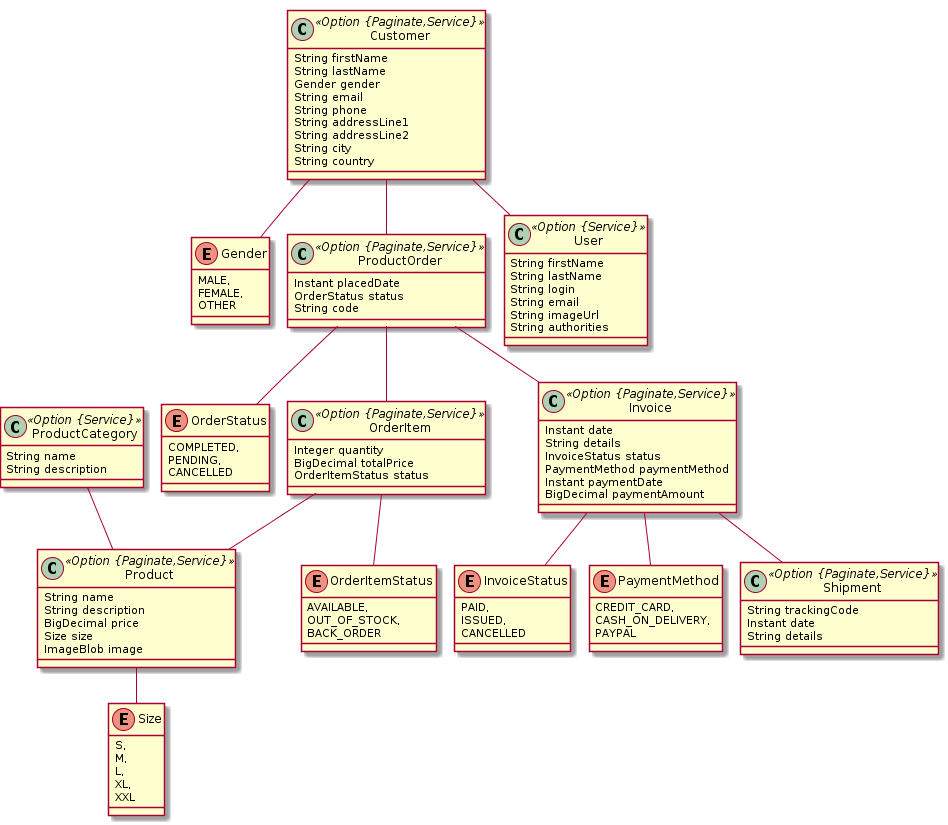
Above: online-store.png in ramAdam/online-store (PlantUML), before the change.
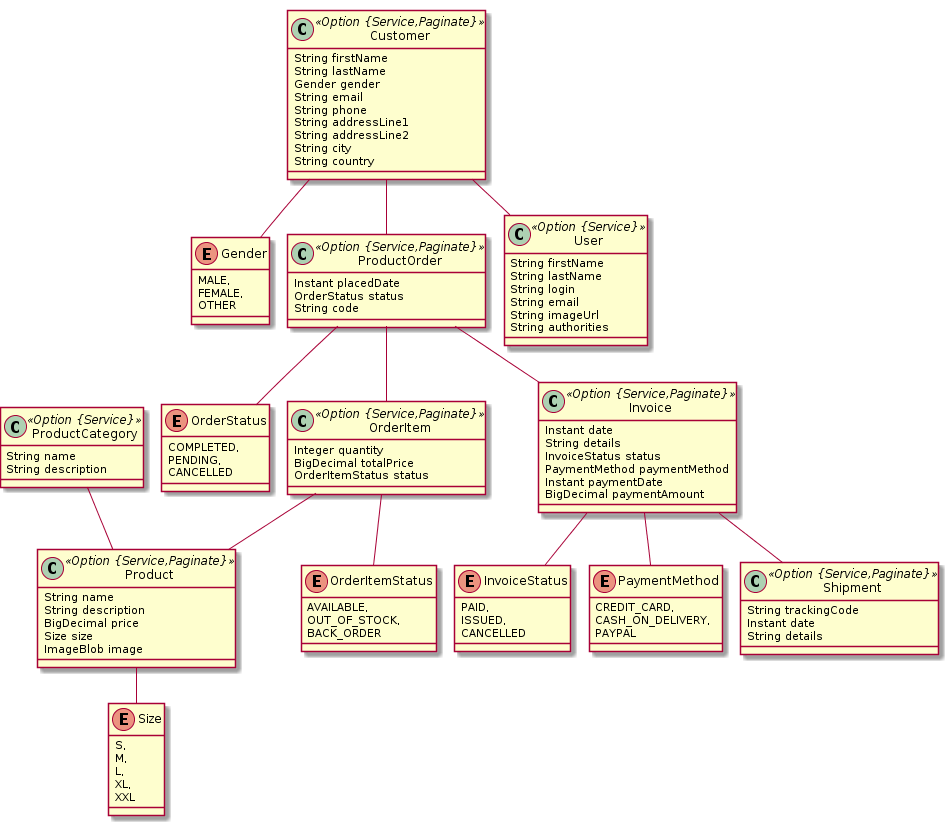
Later version of the same file.

What changed in the source:
```diff
@@ -1,7 +1,7 @@
 @startuml
 	!pragma graphviz_dot jdot
 	!pragma syntax class
-	class Product <<Option {Paginate,Service}>> {
+	class Product <<Option {Service,Paginate}>> {
 		String name
 		String description
 		BigDecimal price
@@ -20,7 +20,7 @@
 		String name
 		String description
 	}
-	class Customer <<Option {Paginate,Service}>> {
+	class Customer <<Option {Service,Paginate}>> {
 		String firstName
 		String lastName
 		Gender gender
@@ -37,7 +37,7 @@
 		FEMALE,
 		OTHER
 	}
-	class ProductOrder <<Option {Paginate,Service}>> {
+	class ProductOrder <<Option {Service,Paginate}>> {
 		Instant placedDate
 		OrderStatus status
 		String code
@@ -48,7 +48,7 @@
 		PENDING,
 		CANCELLED
 	}
-	class OrderItem <<Option {Paginate,Service}>> {
+	class OrderItem <<Option {Service,Paginate}>> {
 		Integer quantity
 		BigDecimal totalPrice
 		OrderItemStatus status
@@ -59,7 +59,7 @@
 		OUT_OF_STOCK,
 		BACK_ORDER
 	}
-	class Invoice <<Option {Paginate,Service}>> {
+	class Invoice <<Option {Service,Paginate}>> {
 		Instant date
 		String details
 		InvoiceStatus status
@@ -79,17 +79,17 @@
 		CASH_ON_DELIVERY,
 		PAYPAL
 	}
-	class Shipment <<Option {Paginate,Service}>> {
+	class Shipment <<Option {Service,Paginate}>> {
 		String trackingCode
 		Instant date
 		String details
 	}
-	Customer  "user 0..1 " -- "0..1 "  User
-	Customer  "order 0..1 " --o "customer 0..* "  ProductOrder
-	ProductOrder  "orderItem 0..1 " --o "order 0..* "  OrderItem
-	ProductOrder  "invoice 0..1 " --o "order 0..* "  Invoice
-	Invoice  "shipment 0..1 " --o "invoice 0..* "  Shipment
-	ProductCategory  "product 0..1 " --o "productCategory 0..* "  Product
+	Customer  "user(login) 0..1 " -- "0..1 "  User
+	Customer  "order 0..1 " --o "customer(email)  1..* "  ProductOrder
+	ProductOrder  "orderItem 0..1 " --o "order(code)  1..* "  OrderItem
+	ProductOrder  "invoice 0..1 " --o "order(code)  1..* "  Invoice
+	Invoice  "shipment 0..1 " --o "invoice(code)  1..* "  Shipment
+	ProductCategory  "product 0..1 " --o "productCategory(name) 0..* "  Product
 	OrderItem  "product 0..* " o-- "0..1 "  Product
 	class User <<Option {Service}>> {
 		String firstName
```
